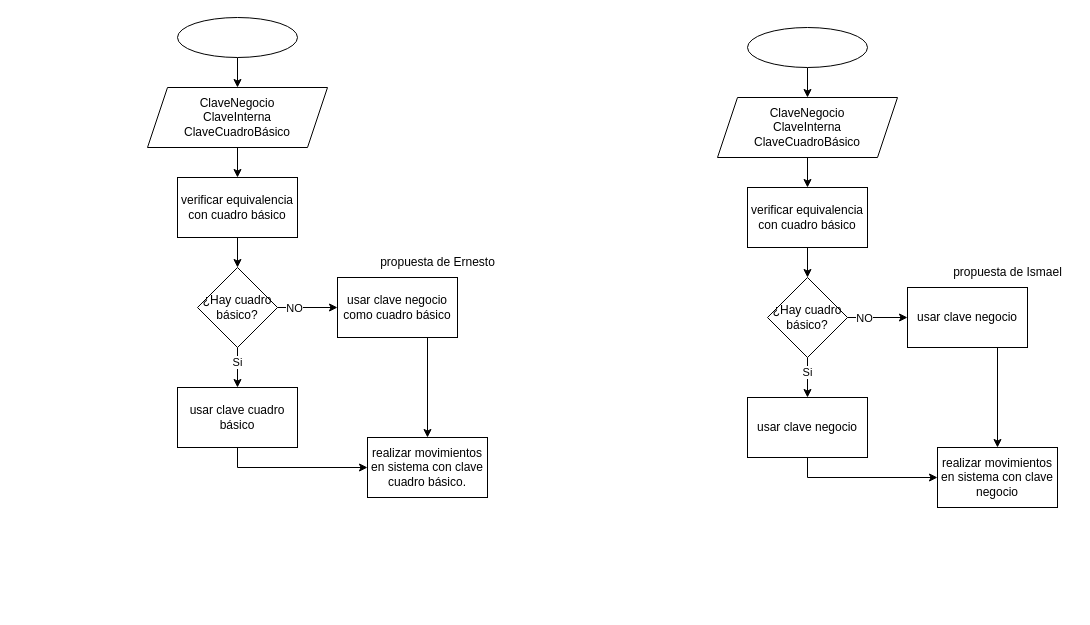
The draw.io diagram ClavesAlta.drawio in ErnestoDanielTafoyaMolinaCYM/clases-cat-cym, before the edit. Source tidied: cells renumbered, new cells numbered last; positions are measured from the earlier drawing's top-left corner, leaving out a move shared by most shapes. Both pictures are drawn from the tidied source at 100%, with x=0, y=0 at pixel (147, 17).
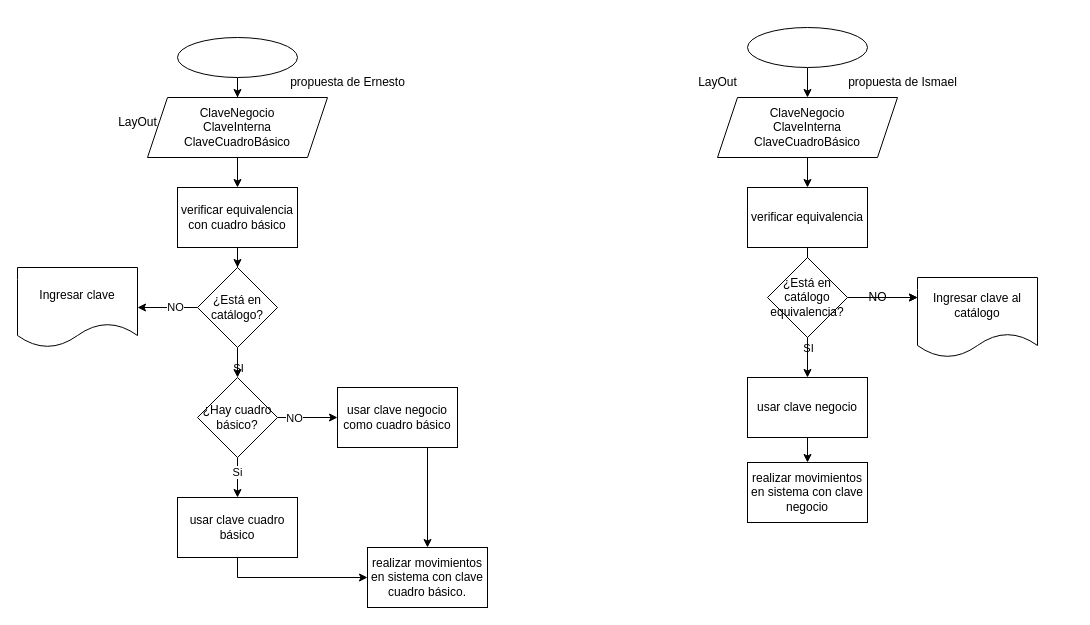
After the change.

The change refers to these unchanged cells:
```xml
<mxCell id="4" style="edgeStyle=orthogonalEdgeStyle;rounded=0;jettySize=auto;html=1;" parent="1" edge="1" source="5" target="7">
  <mxGeometry relative="1" as="geometry" />
</mxCell>
```

The edit, as a diff of the source:
```diff
@@
     <mxCell id="3" style="ellipse;whiteSpace=wrap;html=1;" parent="1" vertex="1">
-      <mxGeometry x="30" width="120" height="40" as="geometry" />
+      <mxGeometry x="30" y="20" width="120" height="40" as="geometry" />
     </mxCell>
@@
+    <mxCell id="37" value="SI" style="edgeLabel;html=1;align=center;verticalAlign=middle;" parent="4" vertex="1">
+      <mxGeometry x="0.63" y="2" relative="1" as="geometry">
+        <mxPoint x="-2" y="189" as="offset" />
+      </mxGeometry>
+    </mxCell>
     <mxCell id="5" value="ClaveNegocio&lt;div&gt;ClaveInterna&lt;/div&gt;&lt;div&gt;ClaveCuadroBásico&lt;/div&gt;" style="shape=parallelogram;perimeter=parallelogramPerimeter;whiteSpace=wrap;html=1;fixedSize=1;" parent="1" vertex="1">
-      <mxGeometry y="70" width="180" height="60" as="geometry" />
+      <mxGeometry y="80" width="180" height="60" as="geometry" />
     </mxCell>
-    <mxCell id="6" style="edgeStyle=orthogonalEdgeStyle;rounded=0;jettySize=auto;html=1;" parent="1" edge="1" source="7" target="12">
+    <mxCell id="6" style="edgeStyle=orthogonalEdgeStyle;rounded=0;jettySize=auto;html=1;" parent="1" edge="1" source="49" target="12">
       <mxGeometry relative="1" as="geometry" />
     </mxCell>
     <mxCell id="7" value="verificar equivalencia con cuadro básico" style="rounded=0;whiteSpace=wrap;html=1;" parent="1" vertex="1">
-      <mxGeometry x="30" y="160" width="120" height="60" as="geometry" />
+      <mxGeometry x="30" y="170" width="120" height="60" as="geometry" />
     </mxCell>
@@
     <mxCell id="12" value="¿Hay cuadro básico?" style="rhombus;whiteSpace=wrap;html=1;rounded=0;" parent="1" vertex="1">
-      <mxGeometry x="50" y="250" width="80" height="80" as="geometry" />
+      <mxGeometry x="50" y="360" width="80" height="80" as="geometry" />
     </mxCell>
     <mxCell id="13" style="edgeStyle=orthogonalEdgeStyle;rounded=0;jettySize=auto;html=1;exitX=0.5;exitY=1;exitDx=0;exitDy=0;entryX=0.5;entryY=0;entryDx=0;entryDy=0;" parent="1" edge="1" source="14" target="18">
       <mxGeometry relative="1" as="geometry">
         <Array as="points">
-          <mxPoint x="280" y="320" />
+          <mxPoint x="280" y="430" />
         </Array>
       </mxGeometry>
     </mxCell>
     <mxCell id="14" value="usar clave negocio como cuadro básico" style="whiteSpace=wrap;html=1;rounded=0;" parent="1" vertex="1">
-      <mxGeometry x="190" y="260" width="120" height="60" as="geometry" />
+      <mxGeometry x="190" y="370" width="120" height="60" as="geometry" />
     </mxCell>
@@
     <mxCell id="16" value="usar clave cuadro básico" style="whiteSpace=wrap;html=1;rounded=0;" parent="1" vertex="1">
-      <mxGeometry x="30" y="370" width="120" height="60" as="geometry" />
+      <mxGeometry x="30" y="480" width="120" height="60" as="geometry" />
     </mxCell>
     <mxCell id="17" value="propuesta de Ernesto" style="text;html=1;align=center;verticalAlign=middle;strokeColor=none;fillColor=none;" parent="1" vertex="1">
-      <mxGeometry x="220" y="230" width="140" height="30" as="geometry" />
+      <mxGeometry x="130" y="50" width="140" height="30" as="geometry" />
     </mxCell>
     <mxCell id="18" value="realizar movimientos en sistema con clave cuadro básico." style="rounded=0;whiteSpace=wrap;html=1;" parent="1" vertex="1">
-      <mxGeometry x="220" y="420" width="120" height="60" as="geometry" />
+      <mxGeometry x="220" y="530" width="120" height="60" as="geometry" />
     </mxCell>
-    <mxCell id="19" style="group;" parent="1" vertex="1">
-      <mxGeometry x="570" y="10" width="355" height="480" as="geometry" />
-    </mxCell>
-    <mxCell id="20" style="edgeStyle=orthogonalEdgeStyle;rounded=0;jettySize=auto;html=1;" parent="19" edge="1" source="21" target="23">
+    <mxCell id="20" style="edgeStyle=orthogonalEdgeStyle;rounded=0;jettySize=auto;html=1;" parent="1" edge="1" source="21" target="23">
       <mxGeometry relative="1" as="geometry" />
     </mxCell>
-    <mxCell id="21" style="ellipse;whiteSpace=wrap;html=1;" parent="19" vertex="1">
-      <mxGeometry x="30" width="120" height="40" as="geometry" />
+    <mxCell id="21" style="ellipse;whiteSpace=wrap;html=1;" parent="1" vertex="1">
+      <mxGeometry x="600" y="10" width="120" height="40" as="geometry" />
     </mxCell>
-    <mxCell id="22" style="edgeStyle=orthogonalEdgeStyle;rounded=0;jettySize=auto;html=1;" parent="19" edge="1" source="23" target="25">
+    <mxCell id="22" style="edgeStyle=orthogonalEdgeStyle;rounded=0;jettySize=auto;html=1;" parent="1" edge="1" source="23" target="25">
       <mxGeometry relative="1" as="geometry" />
     </mxCell>
+    <mxCell id="38" value="SI" style="edgeLabel;html=1;align=center;verticalAlign=middle;" parent="22" vertex="1">
+      <mxGeometry x="0.7" y="2" relative="1" as="geometry">
+        <mxPoint x="-2" y="167" as="offset" />
+      </mxGeometry>
+    </mxCell>
-    <mxCell id="23" value="ClaveNegocio&lt;div&gt;ClaveInterna&lt;/div&gt;&lt;div&gt;ClaveCuadroBásico&lt;/div&gt;" style="shape=parallelogram;perimeter=parallelogramPerimeter;whiteSpace=wrap;html=1;fixedSize=1;" parent="19" vertex="1">
-      <mxGeometry y="70" width="180" height="60" as="geometry" />
+    <mxCell id="23" value="ClaveNegocio&lt;div&gt;ClaveInterna&lt;/div&gt;&lt;div&gt;ClaveCuadroBásico&lt;/div&gt;" style="shape=parallelogram;perimeter=parallelogramPerimeter;whiteSpace=wrap;html=1;fixedSize=1;" parent="1" vertex="1">
+      <mxGeometry x="570" y="80" width="180" height="60" as="geometry" />
     </mxCell>
-    <mxCell id="24" style="edgeStyle=orthogonalEdgeStyle;rounded=0;jettySize=auto;html=1;" parent="19" edge="1" source="25" target="30">
+    <mxCell id="24" style="edgeStyle=orthogonalEdgeStyle;rounded=0;jettySize=auto;html=1;entryX=0.5;entryY=0;entryDx=0;entryDy=0;" parent="1" edge="1" source="25" target="34">
       <mxGeometry relative="1" as="geometry" />
     </mxCell>
-    <mxCell id="25" value="verificar equivalencia con cuadro básico" style="rounded=0;whiteSpace=wrap;html=1;" parent="19" vertex="1">
-      <mxGeometry x="30" y="160" width="120" height="60" as="geometry" />
+    <mxCell id="25" value="verificar equivalencia" style="rounded=0;whiteSpace=wrap;html=1;" parent="1" vertex="1">
+      <mxGeometry x="600" y="170" width="120" height="60" as="geometry" />
     </mxCell>
-    <mxCell id="26" style="edgeStyle=orthogonalEdgeStyle;rounded=0;jettySize=auto;html=1;" parent="19" edge="1" source="30" target="32">
-      <mxGeometry relative="1" as="geometry" />
-    </mxCell>
-    <mxCell id="27" value="NO" style="edgeLabel;html=1;align=center;verticalAlign=middle;" parent="26" vertex="1">
-      <mxGeometry x="-0.47" relative="1" as="geometry" />
-    </mxCell>
-    <mxCell id="28" style="edgeStyle=orthogonalEdgeStyle;rounded=0;jettySize=auto;html=1;" parent="19" edge="1" source="30" target="34">
-      <mxGeometry relative="1" as="geometry" />
-    </mxCell>
-    <mxCell id="29" value="Si" style="edgeLabel;html=1;align=center;verticalAlign=middle;" parent="28" vertex="1">
-      <mxGeometry x="-0.29" y="-1" relative="1" as="geometry" />
-    </mxCell>
-    <mxCell id="30" value="¿Hay cuadro básico?" style="rhombus;whiteSpace=wrap;html=1;rounded=0;" parent="19" vertex="1">
-      <mxGeometry x="50" y="250" width="80" height="80" as="geometry" />
-    </mxCell>
-    <mxCell id="31" style="edgeStyle=orthogonalEdgeStyle;rounded=0;jettySize=auto;html=1;exitX=0.5;exitY=1;exitDx=0;exitDy=0;entryX=0.5;entryY=0;entryDx=0;entryDy=0;" parent="19" edge="1" source="32" target="36">
-      <mxGeometry relative="1" as="geometry">
-        <Array as="points">
-          <mxPoint x="280" y="320" />
-        </Array>
-      </mxGeometry>
-    </mxCell>
-    <mxCell id="32" value="usar clave negocio" style="whiteSpace=wrap;html=1;rounded=0;" parent="19" vertex="1">
-      <mxGeometry x="190" y="260" width="120" height="60" as="geometry" />
-    </mxCell>
-    <mxCell id="33" style="edgeStyle=orthogonalEdgeStyle;rounded=0;jettySize=auto;html=1;exitX=0.5;exitY=1;exitDx=0;exitDy=0;entryX=0;entryY=0.5;entryDx=0;entryDy=0;" parent="19" edge="1" source="34" target="36">
+    <mxCell id="33" style="edgeStyle=orthogonalEdgeStyle;rounded=0;jettySize=auto;html=1;" parent="1" edge="1" source="34" target="36">
       <mxGeometry relative="1" as="geometry" />
     </mxCell>
-    <mxCell id="34" value="usar clave negocio" style="whiteSpace=wrap;html=1;rounded=0;" parent="19" vertex="1">
-      <mxGeometry x="30" y="370" width="120" height="60" as="geometry" />
+    <mxCell id="34" value="usar clave negocio" style="whiteSpace=wrap;html=1;rounded=0;" parent="1" vertex="1">
+      <mxGeometry x="600" y="360" width="120" height="60" as="geometry" />
     </mxCell>
-    <mxCell id="35" value="propuesta de Ismael" style="text;html=1;align=center;verticalAlign=middle;strokeColor=none;fillColor=none;" parent="19" vertex="1">
-      <mxGeometry x="225" y="230" width="130" height="30" as="geometry" />
+    <mxCell id="35" value="propuesta de Ismael" style="text;html=1;align=center;verticalAlign=middle;strokeColor=none;fillColor=none;" parent="1" vertex="1">
+      <mxGeometry x="690" y="50" width="130" height="30" as="geometry" />
     </mxCell>
-    <mxCell id="36" value="realizar movimientos en sistema con clave negocio" style="rounded=0;whiteSpace=wrap;html=1;" parent="19" vertex="1">
-      <mxGeometry x="220" y="420" width="120" height="60" as="geometry" />
+    <mxCell id="36" value="realizar movimientos en sistema con clave negocio" style="rounded=0;whiteSpace=wrap;html=1;" parent="1" vertex="1">
+      <mxGeometry x="600" y="445" width="120" height="60" as="geometry" />
     </mxCell>
+    <mxCell id="39" value="Ingresar clave" style="shape=document;whiteSpace=wrap;html=1;boundedLbl=1;" parent="1" vertex="1">
+      <mxGeometry x="-130" y="250" width="120" height="80" as="geometry" />
+    </mxCell>
+    <mxCell id="40" style="edgeStyle=orthogonalEdgeStyle;rounded=0;jettySize=auto;html=1;exitX=1;exitY=0.5;exitDx=0;exitDy=0;entryX=0;entryY=0.25;entryDx=0;entryDy=0;" parent="1" edge="1" source="46" target="43">
+      <mxGeometry relative="1" as="geometry" />
+    </mxCell>
+    <mxCell id="41" style="edgeStyle=orthogonalEdgeStyle;rounded=0;jettySize=auto;html=1;exitX=1;exitY=0.5;exitDx=0;exitDy=0;entryX=0;entryY=0.25;entryDx=0;entryDy=0;" parent="1" edge="1" source="42" target="43">
+      <mxGeometry relative="1" as="geometry" />
+    </mxCell>
+    <mxCell id="42" value="¿Está en catálogo equivalencia?" style="rhombus;whiteSpace=wrap;html=1;" parent="1" vertex="1">
+      <mxGeometry x="620" y="240" width="80" height="80" as="geometry" />
+    </mxCell>
+    <mxCell id="43" value="Ingresar clave al catálogo" style="shape=document;whiteSpace=wrap;html=1;boundedLbl=1;" parent="1" vertex="1">
+      <mxGeometry x="770" y="260" width="120" height="80" as="geometry" />
+    </mxCell>
+    <mxCell id="44" value="LayOut" style="text;html=1;align=center;verticalAlign=middle;strokeColor=none;fillColor=none;" parent="1" vertex="1">
+      <mxGeometry x="540" y="50" width="60" height="30" as="geometry" />
+    </mxCell>
+    <mxCell id="45" value="LayOut" style="text;html=1;align=center;verticalAlign=middle;strokeColor=none;fillColor=none;" parent="1" vertex="1">
+      <mxGeometry x="-40" y="90" width="60" height="30" as="geometry" />
+    </mxCell>
+    <mxCell id="46" value="NO" style="text;html=1;align=center;verticalAlign=middle;points=[];strokeColor=none;fillColor=none;" parent="1" vertex="1">
+      <mxGeometry x="710" y="265" width="40" height="30" as="geometry" />
+    </mxCell>
+    <mxCell id="47" style="edgeStyle=orthogonalEdgeStyle;rounded=0;jettySize=auto;html=1;" parent="1" edge="1" source="7" target="49">
+      <mxGeometry relative="1" as="geometry" />
+    </mxCell>
+    <mxCell id="48" style="edgeStyle=orthogonalEdgeStyle;rounded=0;jettySize=auto;html=1;" parent="1" edge="1" source="49" target="39">
+      <mxGeometry relative="1" as="geometry" />
+    </mxCell>
+    <mxCell id="27" value="NO" style="edgeLabel;html=1;align=center;verticalAlign=middle;" parent="48" vertex="1">
+      <mxGeometry x="-0.23" y="-1" relative="1" as="geometry" />
+    </mxCell>
+    <mxCell id="49" value="¿Está en catálogo?" style="rhombus;whiteSpace=wrap;html=1;" parent="1" vertex="1">
+      <mxGeometry x="50" y="250" width="80" height="80" as="geometry" />
+    </mxCell>
```
